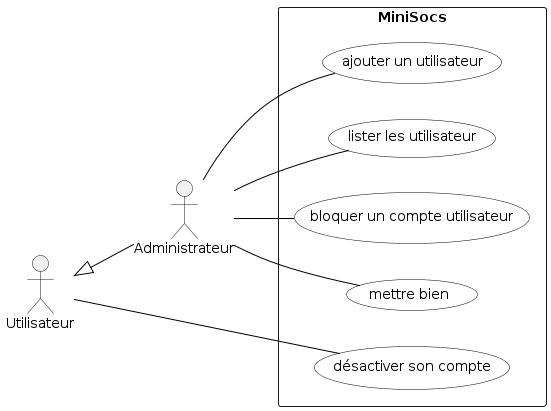
Earlier version of the PlantUML export Diagrammes/minisocs_uml_diag_cas_utilisation.png (ThELud0/Minisocs).
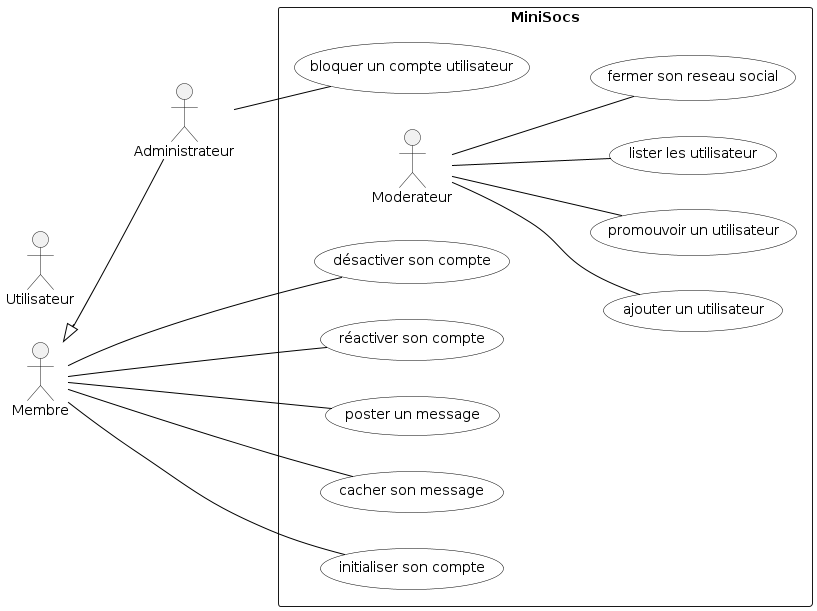
The same file after the commit.

Commit message:
modif diag

What changed in the source:
```diff
@@ -12,14 +12,20 @@
 
 actor Administrateur
 actor Utilisateur
-Utilisateur <|-- Administrateur
+Membre <|-- Administrateur
 
 rectangle "MiniSocs" {
-:Administrateur: -- (ajouter un utilisateur)
-:Administrateur: -- (lister les utilisateur)
+
 :Administrateur: -- (bloquer un compte utilisateur)
-:Administrateur: -- (mettre bien)
-:Utilisateur:    -- (désactiver son compte)
+:Moderateur: -- (ajouter un utilisateur)
+:Moderateur: -- (promouvoir un utilisateur)
+:Moderateur: -- (lister les utilisateur)
+:Moderateur: -- (fermer son reseau social)
+:Membre:    -- (désactiver son compte)
+:Membre:    -- (réactiver son compte)
+:Membre:    -- (poster un message)
+:Membre:    -- (cacher son message)
+:Membre:    -- (initialiser son compte)
 }
 
 @enduml
```
